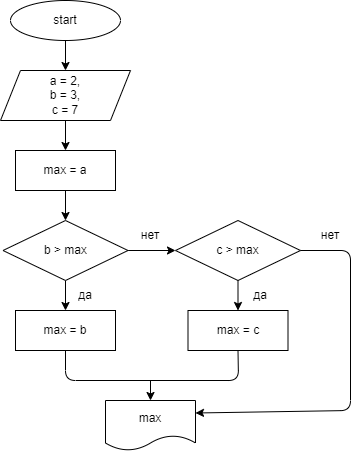
Above: Homework/Homework_01/Ex02/diagram_hw01ex02.drawio.png in Anna27D/WorkWork (draw.io), before the change. Source tidied: cells renumbered, new cells last; positions are measured from the earlier drawing's top-left corner, leaving out a move shared by most shapes. Source of this version:
```xml
<mxGraphModel>
  <root>
    <mxCell id="0" />
    <mxCell id="1" parent="0" />
    <mxCell id="2" style="edgeStyle=none;html=1;" parent="1" edge="1" source="3" target="5">
      <mxGeometry relative="1" as="geometry" />
    </mxCell>
    <mxCell id="3" value="start" style="ellipse;whiteSpace=wrap;html=1;" parent="1" vertex="1">
      <mxGeometry x="10" width="110" height="40" as="geometry" />
    </mxCell>
    <mxCell id="4" style="edgeStyle=none;html=1;" parent="1" edge="1" source="5" target="7">
      <mxGeometry relative="1" as="geometry" />
    </mxCell>
    <mxCell id="5" value="a = 2,&lt;br&gt;b = 3,&lt;br&gt;c = 7" style="shape=parallelogram;perimeter=parallelogramPerimeter;whiteSpace=wrap;html=1;fixedSize=1;" parent="1" vertex="1">
      <mxGeometry y="70" width="130" height="50" as="geometry" />
    </mxCell>
    <mxCell id="6" style="edgeStyle=none;html=1;" parent="1" edge="1" source="7" target="10">
      <mxGeometry relative="1" as="geometry" />
    </mxCell>
    <mxCell id="7" value="max = a" style="rounded=0;whiteSpace=wrap;html=1;" parent="1" vertex="1">
      <mxGeometry x="15" y="150" width="100" height="40" as="geometry" />
    </mxCell>
    <mxCell id="8" style="edgeStyle=none;html=1;" parent="1" edge="1" source="10" target="12">
      <mxGeometry relative="1" as="geometry" />
    </mxCell>
    <mxCell id="9" style="edgeStyle=none;html=1;" parent="1" edge="1" source="10" target="14">
      <mxGeometry relative="1" as="geometry" />
    </mxCell>
    <mxCell id="10" value="b &amp;gt; max" style="rhombus;whiteSpace=wrap;html=1;" parent="1" vertex="1">
      <mxGeometry x="2.5" y="220" width="125" height="60" as="geometry" />
    </mxCell>
    <mxCell id="11" style="edgeStyle=none;html=1;" parent="1" edge="1" source="12" target="16">
      <mxGeometry relative="1" as="geometry" />
    </mxCell>
    <mxCell id="12" value="c &amp;gt; max" style="rhombus;whiteSpace=wrap;html=1;" parent="1" vertex="1">
      <mxGeometry x="175" y="220" width="125" height="60" as="geometry" />
    </mxCell>
    <mxCell id="13" value="нет" style="text;html=1;strokeColor=none;fillColor=none;align=center;verticalAlign=middle;whiteSpace=wrap;rounded=0;" parent="1" vertex="1">
      <mxGeometry x="120" y="220" width="60" height="30" as="geometry" />
    </mxCell>
    <mxCell id="14" value="max = b" style="rounded=0;whiteSpace=wrap;html=1;" parent="1" vertex="1">
      <mxGeometry x="15" y="310" width="100" height="40" as="geometry" />
    </mxCell>
    <mxCell id="15" value="да" style="text;html=1;strokeColor=none;fillColor=none;align=center;verticalAlign=middle;whiteSpace=wrap;rounded=0;" parent="1" vertex="1">
      <mxGeometry x="55" y="280" width="60" height="30" as="geometry" />
    </mxCell>
    <mxCell id="16" value="max = с" style="rounded=0;whiteSpace=wrap;html=1;" parent="1" vertex="1">
      <mxGeometry x="187.5" y="310" width="100" height="40" as="geometry" />
    </mxCell>
    <mxCell id="17" value="да" style="text;html=1;strokeColor=none;fillColor=none;align=center;verticalAlign=middle;whiteSpace=wrap;rounded=0;" parent="1" vertex="1">
      <mxGeometry x="230" y="280" width="60" height="30" as="geometry" />
    </mxCell>
    <mxCell id="18" value="max" style="shape=document;whiteSpace=wrap;html=1;boundedLbl=1;" parent="1" vertex="1">
      <mxGeometry x="105" y="400" width="90" height="50" as="geometry" />
    </mxCell>
    <mxCell id="19" style="endArrow=none;html=1;entryX=0.5;entryY=1;entryDx=0;entryDy=0;exitX=0.5;exitY=1;exitDx=0;exitDy=0;" parent="1" edge="1" source="14" target="16">
      <mxGeometry relative="1" as="geometry">
        <Array as="points">
          <mxPoint x="65" y="380" />
          <mxPoint x="238" y="380" />
        </Array>
      </mxGeometry>
    </mxCell>
    <mxCell id="20" value="нет" style="text;html=1;strokeColor=none;fillColor=none;align=center;verticalAlign=middle;whiteSpace=wrap;rounded=0;" parent="1" vertex="1">
      <mxGeometry x="300" y="220" width="60" height="30" as="geometry" />
    </mxCell>
    <mxCell id="21" style="endArrow=classic;html=1;entryX=1;entryY=0.25;entryDx=0;entryDy=0;exitX=1;exitY=0.5;exitDx=0;exitDy=0;" parent="1" edge="1" source="12" target="18">
      <mxGeometry relative="1" as="geometry">
        <Array as="points">
          <mxPoint x="350" y="250" />
          <mxPoint x="350" y="410" />
        </Array>
      </mxGeometry>
    </mxCell>
    <mxCell id="22" style="endArrow=classic;html=1;entryX=0.5;entryY=0;entryDx=0;entryDy=0;" parent="1" edge="1" target="18">
      <mxGeometry relative="1" as="geometry">
        <mxPoint x="150" y="380" as="sourcePoint" />
      </mxGeometry>
    </mxCell>
  </root>
</mxGraphModel>
```
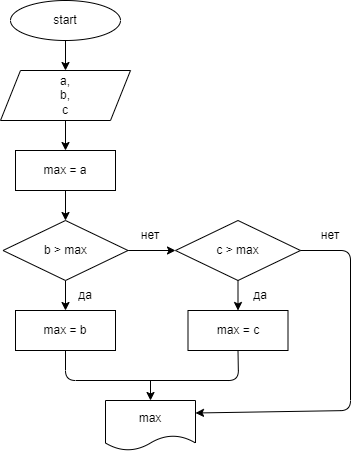
After the change.

Diff of the diagram source:
```diff
@@ -11,7 +11,7 @@
     <mxCell id="4" style="edgeStyle=none;html=1;" parent="1" edge="1" source="5" target="7">
       <mxGeometry relative="1" as="geometry" />
     </mxCell>
-    <mxCell id="5" value="a = 2,&lt;br&gt;b = 3,&lt;br&gt;c = 7" style="shape=parallelogram;perimeter=parallelogramPerimeter;whiteSpace=wrap;html=1;fixedSize=1;" parent="1" vertex="1">
+    <mxCell id="5" value="a,&lt;br&gt;b,&lt;br&gt;c" style="shape=parallelogram;perimeter=parallelogramPerimeter;whiteSpace=wrap;html=1;fixedSize=1;" parent="1" vertex="1">
       <mxGeometry y="70" width="130" height="50" as="geometry" />
     </mxCell>
     <mxCell id="6" style="edgeStyle=none;html=1;" parent="1" edge="1" source="7" target="10">
```
